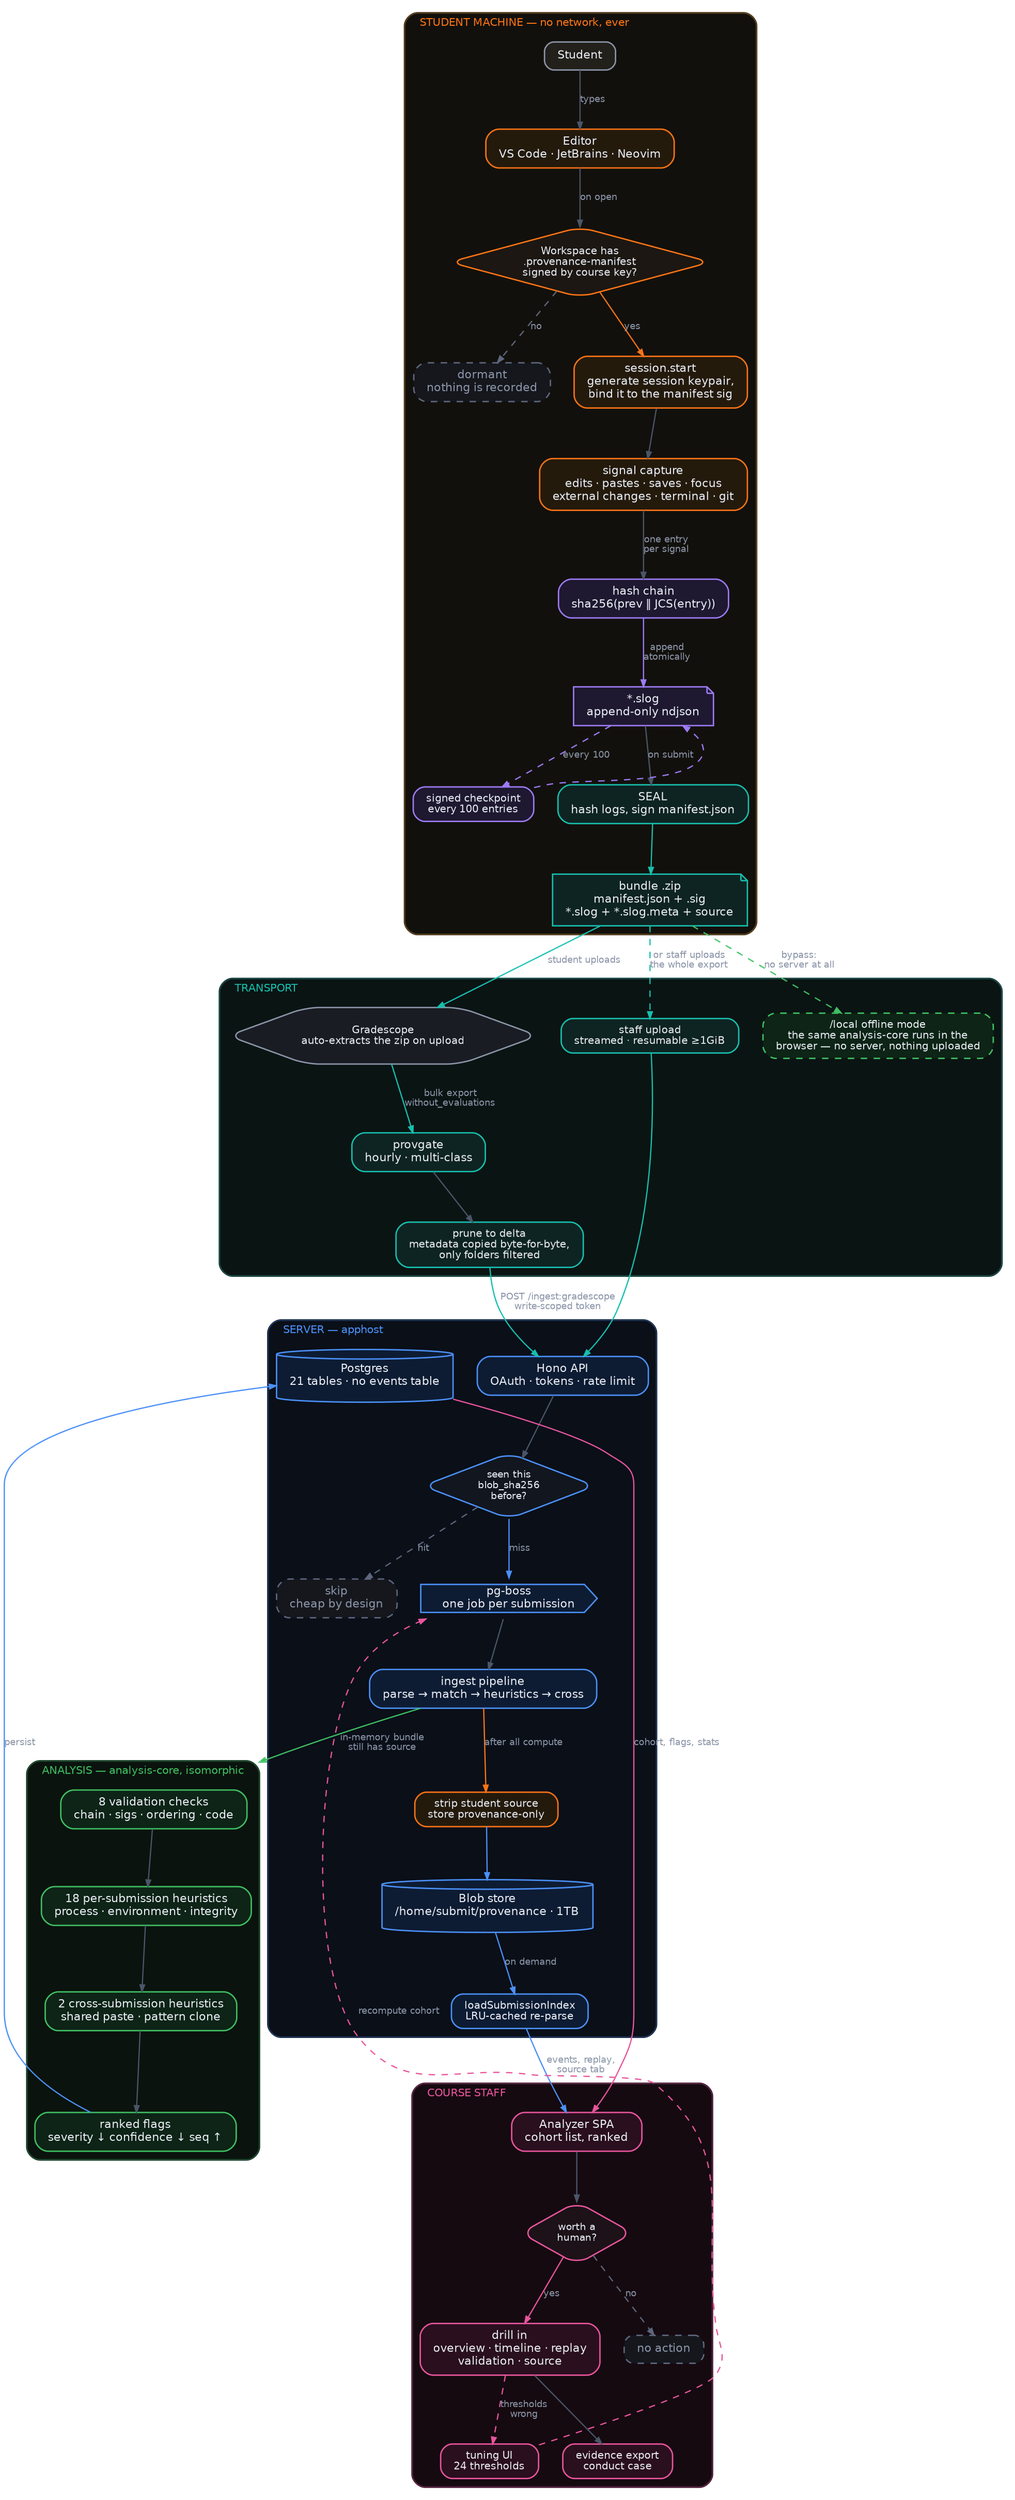
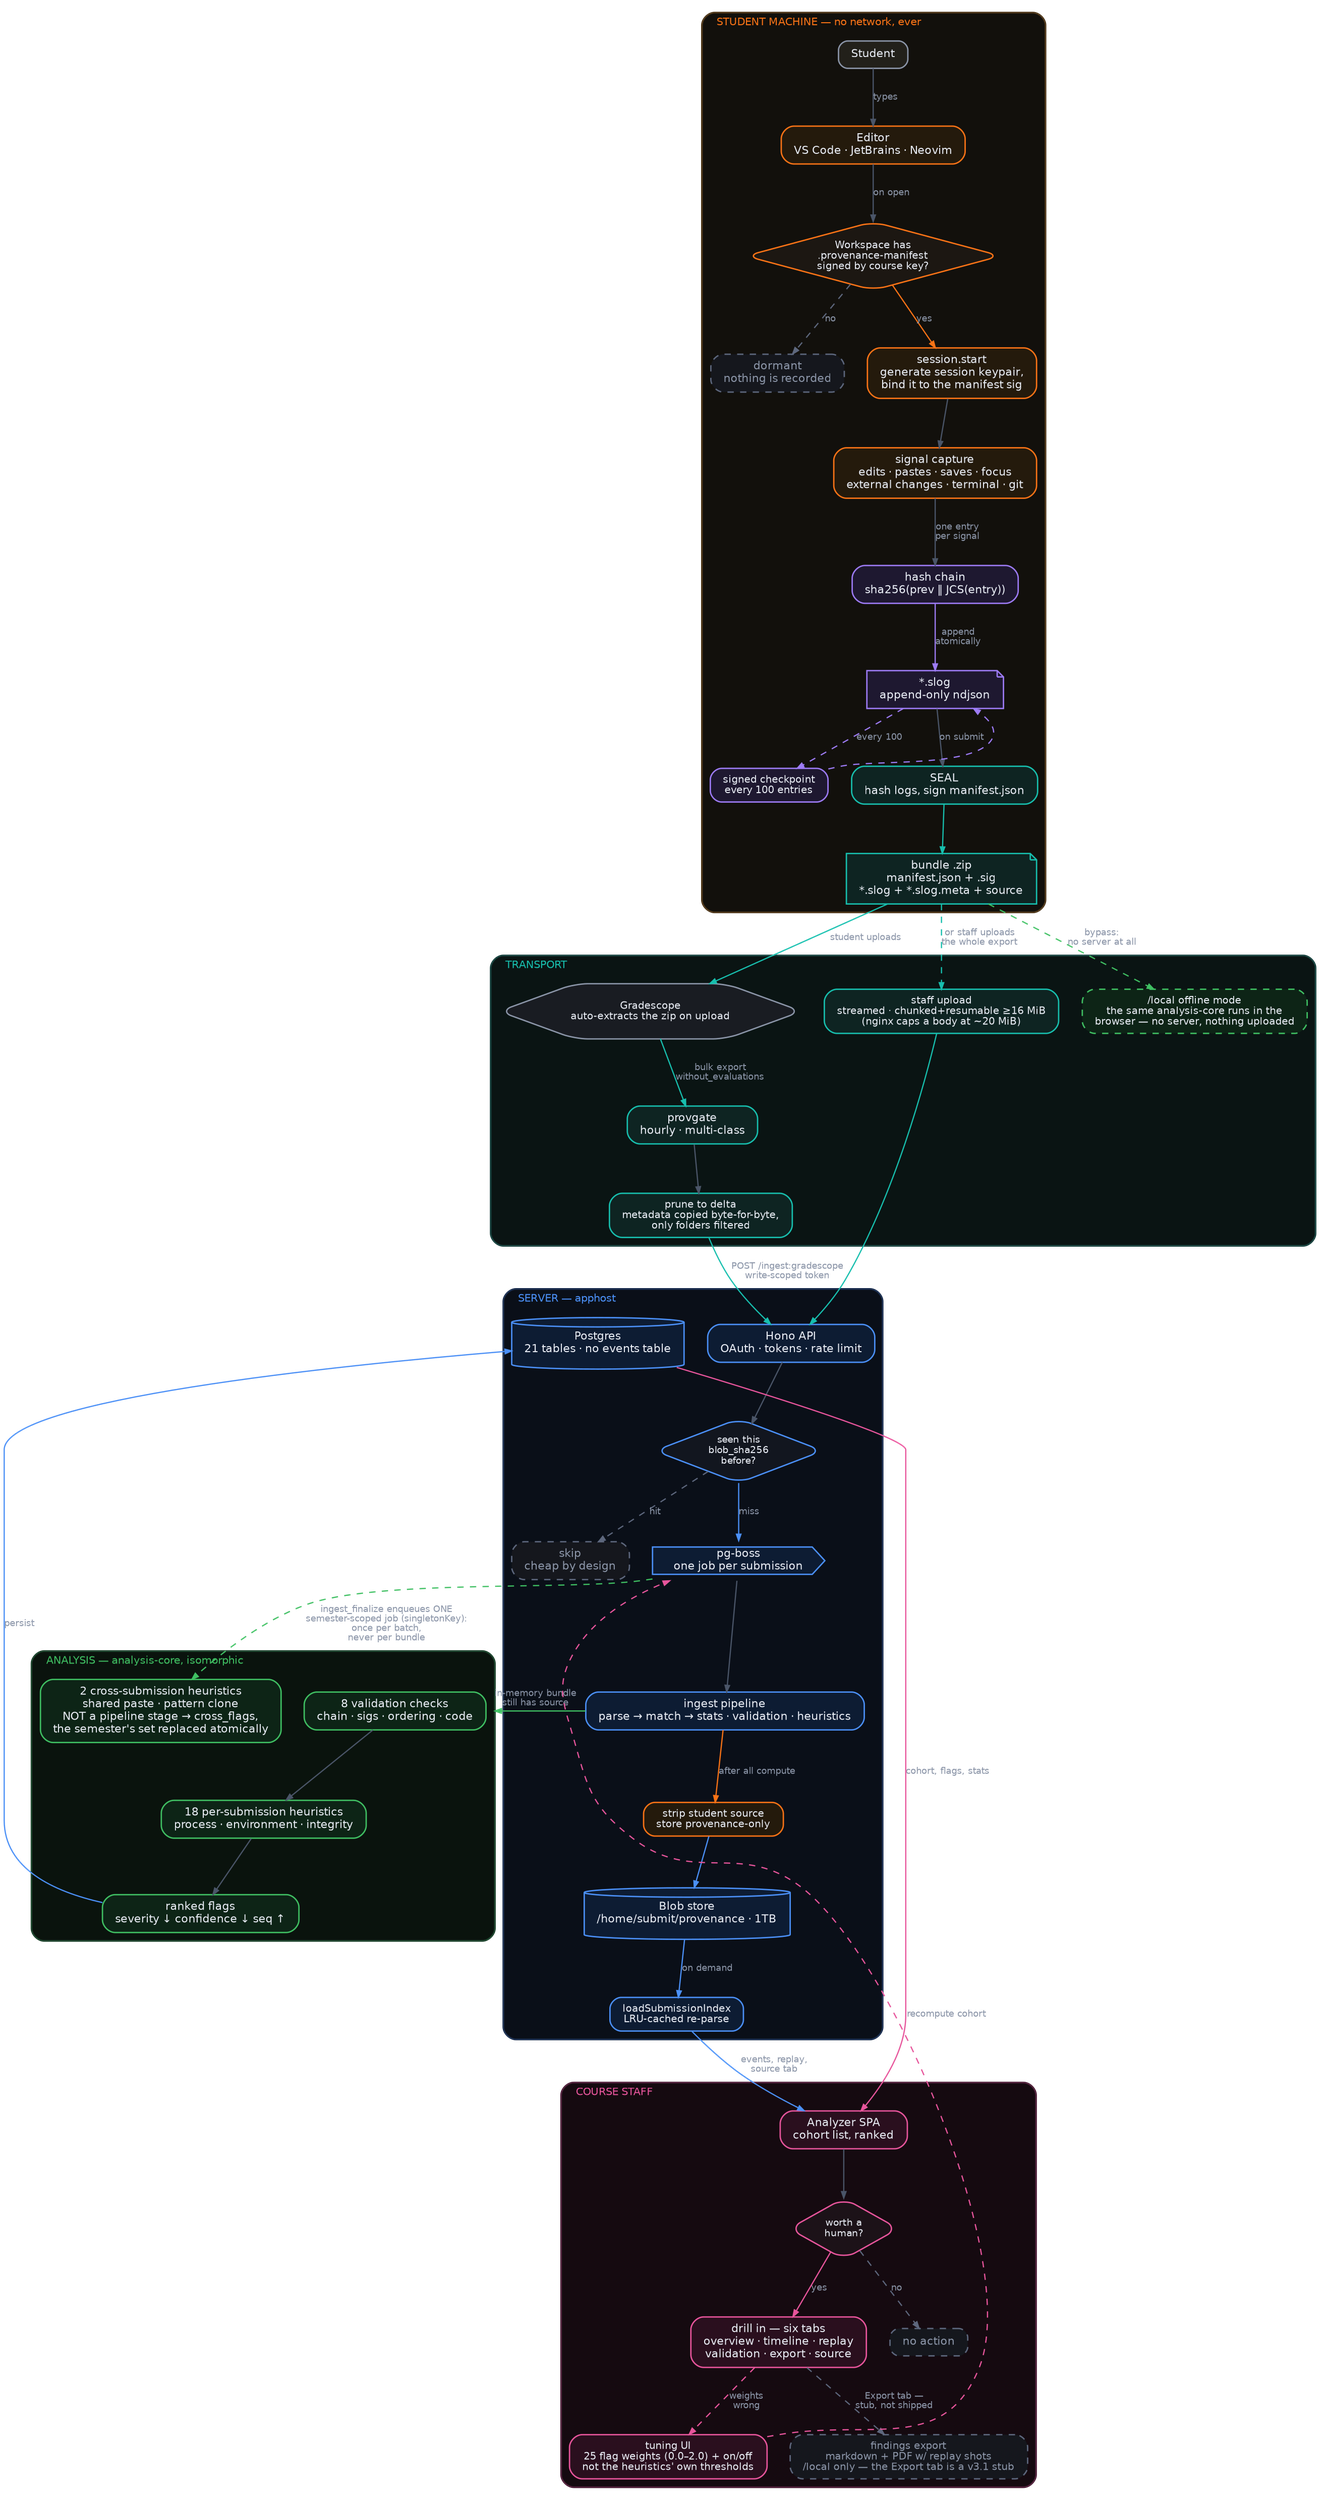
digraph master {
  bgcolor="transparent"
  rankdir=TB
  splines=spline
  compound=true
  nodesep=0.30
  ranksep=0.62
  fontname="Helvetica"

  node [shape=box style="filled,rounded" fontname="Helvetica" fontsize=10.5
        fontcolor="#e8ecf4" fillcolor="#161b26" color="#3a4457" penwidth=1.3
        margin="0.16,0.09" height=0.36]
  edge [fontname="Helvetica" fontsize=8.5 fontcolor="#8b95a8"
        color="#4a5568" arrowsize=0.62 penwidth=1.15]

  /* ─────────── LANE 1 · STUDENT MACHINE (offline) ─────────── */
  subgraph cluster_stu {
    label="  STUDENT MACHINE — no network, ever  "
    fontname="Helvetica" fontsize=10 fontcolor="#F97316"
    color="#4a3316" penwidth=1.6 style="rounded" bgcolor="#12100c"
    labeljust="l"

    stu   [label="Student" shape=box fillcolor="#22201a" color="#8b95a8" fontcolor="#e8ecf4"]

    edt   [label="Editor\nVS Code · JetBrains · Neovim" fillcolor="#241a0c" color="#F97316"]

    gate  [label="Workspace has\n.provenance-manifest\nsigned by course key?"
           shape=diamond fillcolor="#1c1712" color="#F97316" fontsize=9.5 height=0.9 width=1.9]

    dorm  [label="dormant\nnothing is recorded"
           fillcolor="#15171d" color="#5d677d" fontcolor="#8b95a8" style="filled,rounded,dashed"]

    sstart[label="session.start\ngenerate session keypair,\nbind it to the manifest sig"
           fillcolor="#241a0c" color="#F97316"]

    sig   [label="signal capture\nedits · pastes · saves · focus\nexternal changes · terminal · git"
           fillcolor="#241a0c" color="#F97316"]

    chain [label="hash chain\nsha256(prev ‖ JCS(entry))"
           fillcolor="#1e1830" color="#9d7bf5"]

    slog  [label="*.slog\nappend-only ndjson" shape=note fillcolor="#1e1830" color="#9d7bf5"]

    ckpt  [label="signed checkpoint\nevery 100 entries"
           fillcolor="#1e1830" color="#9d7bf5" fontsize=9.5]

    seal  [label="SEAL\nhash logs, sign manifest.json"
           fillcolor="#0e2422" color="#17bfae"]

    bundle[label="bundle .zip\nmanifest.json + .sig\n*.slog + *.slog.meta + source"
           shape=note fillcolor="#0e2422" color="#17bfae"]
  }

  /* ─────────── LANE 2 · TRANSPORT ─────────── */
  subgraph cluster_tra {
    label="  TRANSPORT  "
    fontname="Helvetica" fontsize=10 fontcolor="#17bfae"
    color="#123c38" penwidth=1.6 style="rounded" bgcolor="#0a1413"
    labeljust="l"

    gs    [label="Gradescope\nauto-extracts the zip on upload"
           shape=hexagon fillcolor="#191c22" color="#8b95a8" fontsize=9.5]

    pgate [label="provgate\nhourly · multi-class"
           fillcolor="#0e2422" color="#17bfae"]

    prune [label="prune to delta\nmetadata copied byte-for-byte,\nonly folders filtered"
           fillcolor="#0e2422" color="#17bfae" fontsize=9.5]

-     upl   [label="staff upload\nstreamed · resumable ≥1GiB"
+     upl   [label="staff upload\nstreamed · chunked+resumable ≥16 MiB\n(nginx caps a body at ~20 MiB)"
           fillcolor="#0e2422" color="#17bfae" fontsize=9.5]

    local [label="/local offline mode\nthe same analysis-core runs in the\nbrowser — no server, nothing uploaded"
           fillcolor="#0d2416" color="#3fbf62" style="filled,rounded,dashed" fontsize=9.5]
  }

  /* ─────────── LANE 3 · SERVER ─────────── */
  subgraph cluster_srv {
    label="  SERVER — apphost  "
    fontname="Helvetica" fontsize=10 fontcolor="#4b90f7"
    color="#16294a" penwidth=1.6 style="rounded" bgcolor="#0a0f18"
    labeljust="l"

    api   [label="Hono API\nOAuth · tokens · rate limit"
           fillcolor="#0d1c33" color="#4b90f7"]

    dedup [label="seen this\nblob_sha256\nbefore?"
           shape=diamond fillcolor="#12161f" color="#4b90f7" fontsize=9 height=0.85 width=1.5]

    skip  [label="skip\ncheap by design" fillcolor="#15171d" color="#5d677d"
           fontcolor="#8b95a8" style="filled,rounded,dashed"]

    queue [label="pg-boss\none job per submission"
           shape=cds fillcolor="#0d1c33" color="#4b90f7" margin="0.28,0.10"]

-     pipe  [label="ingest pipeline\nparse → match → heuristics → cross"
+     pipe  [label="ingest pipeline\nparse → match → stats · validation · heuristics"
           fillcolor="#0d1c33" color="#4b90f7"]

    strip [label="strip student source\nstore provenance-only"
           fillcolor="#241a0c" color="#F97316" fontsize=9.5]

    pg    [label="Postgres\n21 tables · no events table"
           shape=cylinder fillcolor="#0d1c33" color="#4b90f7" height=0.62]

    blob  [label="Blob store\n/home/submit/provenance · 1TB"
           shape=cylinder fillcolor="#0d1c33" color="#4b90f7" height=0.62]

    reparse[label="loadSubmissionIndex\nLRU-cached re-parse"
           fillcolor="#0d1c33" color="#4b90f7" fontsize=9.5]
  }

  /* ─────────── LANE 4 · ANALYSIS ─────────── */
  subgraph cluster_ana {
    label="  ANALYSIS — analysis-core, isomorphic  "
    fontname="Helvetica" fontsize=10 fontcolor="#3fbf62"
    color="#153c25" penwidth=1.6 style="rounded" bgcolor="#0a130d"
    labeljust="l"

    valid [label="8 validation checks\nchain · sigs · ordering · code"
           fillcolor="#0d2416" color="#3fbf62"]

    heur  [label="18 per-submission heuristics\nprocess · environment · integrity"
           fillcolor="#0d2416" color="#3fbf62"]

-     cross [label="2 cross-submission heuristics\nshared paste · pattern clone"
+     cross [label="2 cross-submission heuristics\nshared paste · pattern clone\nNOT a pipeline stage → cross_flags,\nthe semester's set replaced atomically"
           fillcolor="#0d2416" color="#3fbf62"]

    flags [label="ranked flags\nseverity ↓ confidence ↓ seq ↑"
           fillcolor="#0d2416" color="#3fbf62"]
  }

  /* ─────────── LANE 5 · STAFF ─────────── */
  subgraph cluster_stf {
    label="  COURSE STAFF  "
    fontname="Helvetica" fontsize=10 fontcolor="#e8559c"
    color="#4a1b35" penwidth=1.6 style="rounded" bgcolor="#150a10"
    labeljust="l"

    spa   [label="Analyzer SPA\ncohort list, ranked"
           fillcolor="#2a0f1e" color="#e8559c"]

    triage[label="worth a\nhuman?"
           shape=diamond fillcolor="#1c1218" color="#e8559c" fontsize=9 height=0.8 width=1.3]

-     drill [label="drill in\noverview · timeline · replay\nvalidation · source"
+     drill [label="drill in — six tabs\noverview · timeline · replay\nvalidation · export · source"
           fillcolor="#2a0f1e" color="#e8559c"]

-     tune  [label="tuning UI\n24 thresholds"
+     tune  [label="tuning UI\n25 flag weights (0.0–2.0) + on/off\nnot the heuristics' own thresholds"
           fillcolor="#2a0f1e" color="#e8559c" fontsize=9.5]

    close [label="no action" fillcolor="#15171d" color="#5d677d"
           fontcolor="#8b95a8" style="filled,rounded,dashed"]

-     exp   [label="evidence export\nconduct case"
-            fillcolor="#2a0f1e" color="#e8559c" fontsize=9.5]
+     exp   [label="findings export\nmarkdown + PDF w/ replay shots\n/local only — the Export tab is a v3.1 stub"
+            fillcolor="#15171d" color="#5d677d" fontcolor="#8b95a8"
+            style="filled,rounded,dashed" fontsize=9.5]
  }

  /* ─────────── EDGES ─────────── */
  stu   -> edt    [label="types"]
  edt   -> gate   [label="on open"]
  gate  -> dorm   [label="no" color="#5d677d" style=dashed]
  gate  -> sstart [label="yes" color="#F97316"]
  sstart-> sig
  sig   -> chain  [label="one entry\nper signal"]
  chain -> slog   [label="append\natomically" color="#9d7bf5"]
  slog  -> ckpt   [label="every 100" color="#9d7bf5" style=dashed]
  ckpt  -> slog   [style=dashed color="#9d7bf5" constraint=false]
  slog  -> seal   [label="on submit"]
  seal  -> bundle [color="#17bfae"]

  bundle -> gs   [label="student uploads" color="#17bfae"]
  bundle -> upl  [label="or staff uploads\nthe whole export" color="#17bfae" style=dashed]
  gs    -> pgate [label="bulk export\nwithout_evaluations" color="#17bfae"]
  pgate -> prune
  prune -> api   [label="POST /ingest:gradescope\nwrite-scoped token" color="#17bfae"]
  upl   -> api   [color="#17bfae"]

  api   -> dedup
  dedup -> skip  [label="hit" color="#5d677d" style=dashed]
  dedup -> queue [label="miss" color="#4b90f7"]
  queue -> pipe
  pipe  -> valid [label="in-memory bundle\nstill has source" color="#3fbf62" lhead=cluster_ana]
  valid -> heur
-   heur  -> cross
-   cross -> flags
+   heur  -> flags
  flags -> pg    [label="persist" color="#4b90f7"]
+ 
+   /* cross-submission analysis is NOT a per-bundle stage: ingest_finalize
+      enqueues ONE semester-scoped job, collapsed by singletonKey. */
+   queue -> cross [label="ingest_finalize enqueues ONE\nsemester-scoped job (singletonKey):\nonce per batch,\nnever per bundle" color="#3fbf62" style=dashed]
  pipe  -> strip [label="after all compute" color="#F97316"]
  strip -> blob  [color="#4b90f7"]

  pg    -> spa   [label="cohort, flags, stats" color="#e8559c"]
  blob  -> reparse [label="on demand" color="#4b90f7"]
  reparse -> spa [label="events, replay,\nsource tab" color="#4b90f7"]

  spa   -> triage
  triage-> close [label="no" color="#5d677d" style=dashed]
  triage-> drill [label="yes" color="#e8559c"]
-   drill -> exp
-   drill -> tune  [label="thresholds\nwrong" style=dashed color="#e8559c"]
+   drill -> exp   [label="Export tab —\nstub, not shipped" style=dashed color="#5d677d"]
+   drill -> tune  [label="weights\nwrong" style=dashed color="#e8559c"]
  tune  -> queue [label="recompute cohort" style=dashed color="#e8559c" constraint=false]

  bundle -> local [label="bypass:\nno server at all" color="#3fbf62" style=dashed]
}
